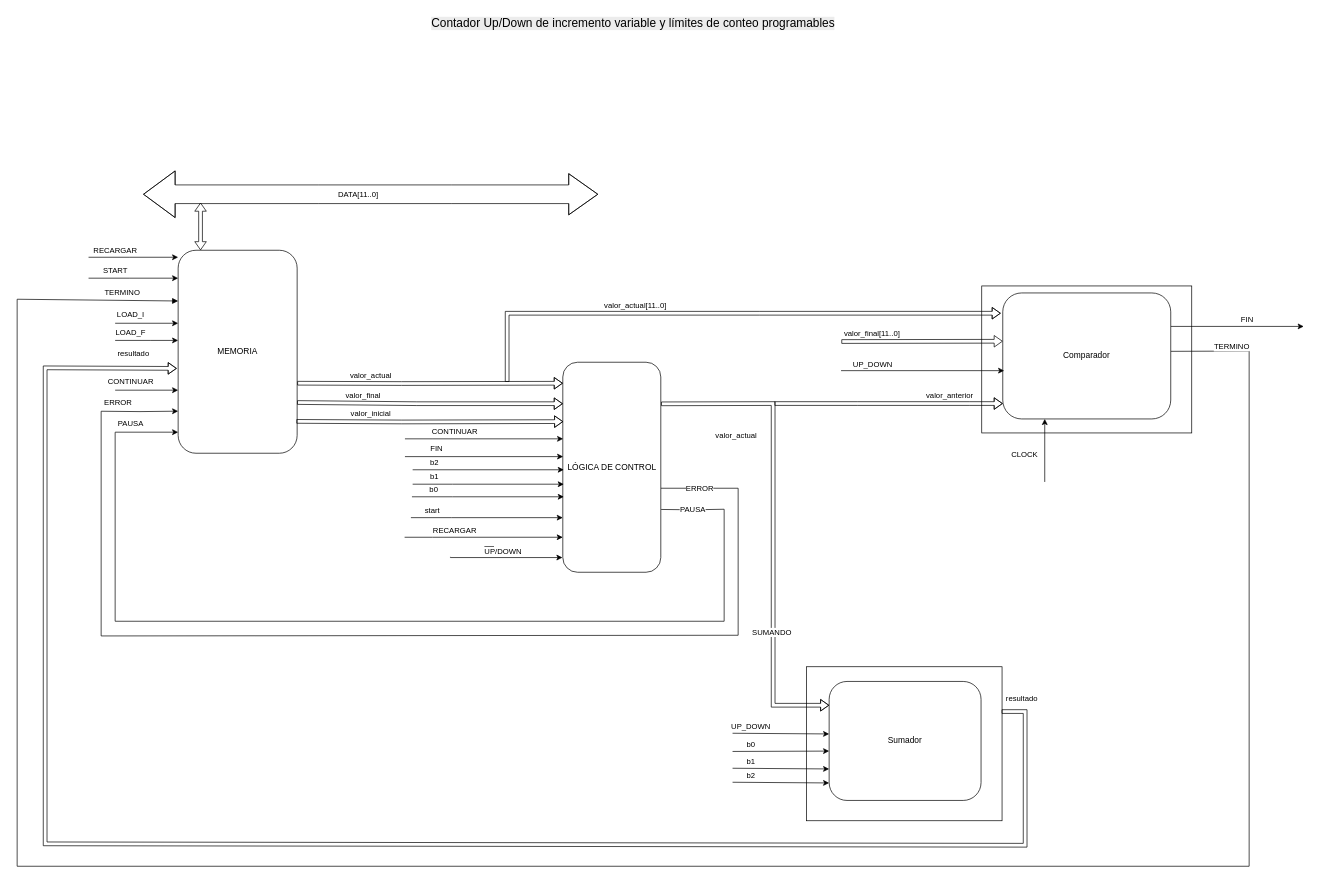
Before: page "Contador Up/Down" (2 of 6) of Integrador/Integrador.drawio in albertinap/IDL, a draw.io diagram. Source tidied: cells renumbered, new cells numbered last; positions are measured from the earlier drawing's top-left corner, leaving out a move shared by most shapes. Both pictures are drawn from the tidied source at 70%, with x=0, y=0 at pixel (17, 12).
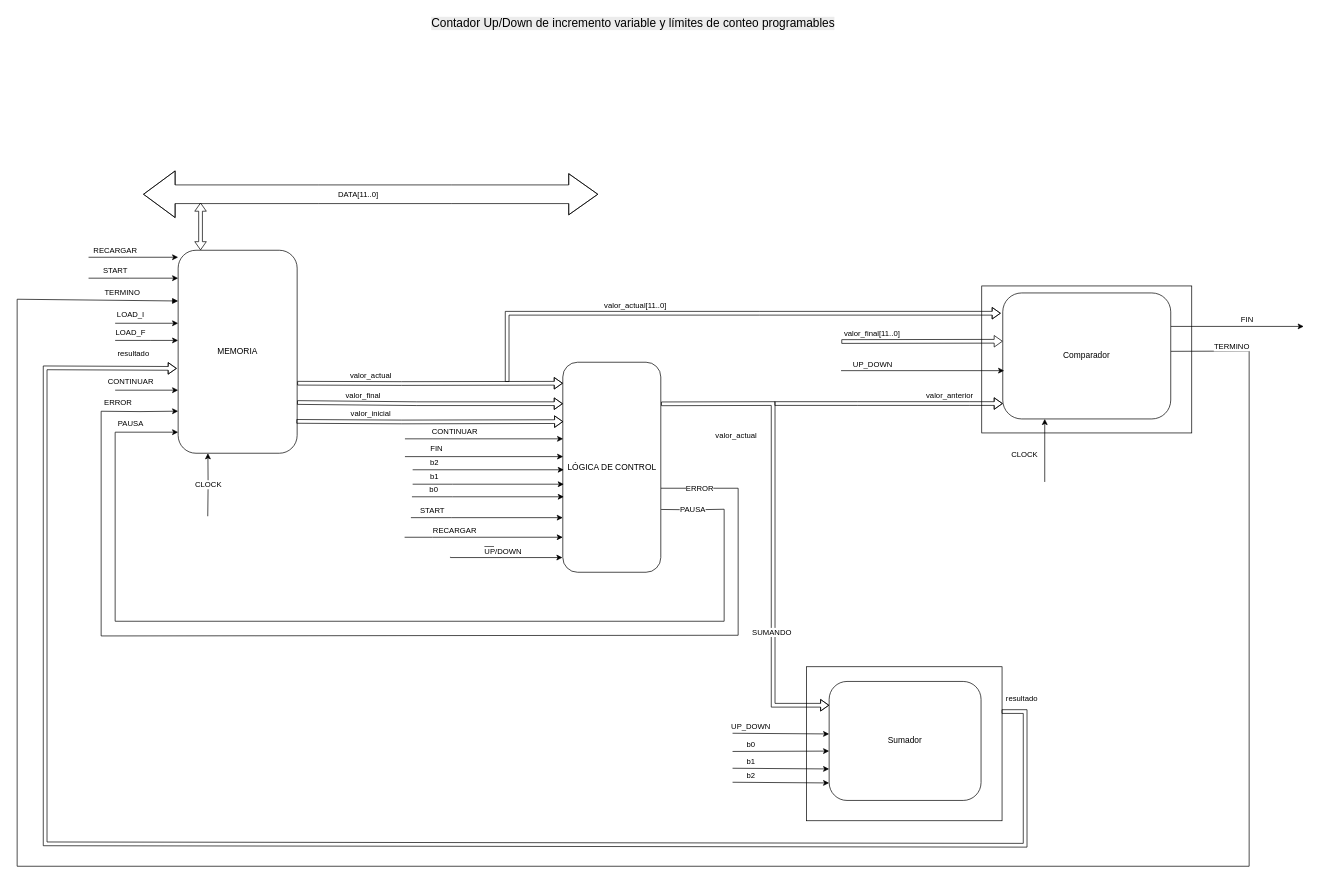
The same page after the edit.

Unchanged cells that the change refers to:
```xml
<mxCell id="5" value="MEMORIA" style="rounded=1;whiteSpace=wrap;html=1;" parent="1" vertex="1">
  <mxGeometry x="230" y="340" width="170" height="290" as="geometry" />
</mxCell>
<mxCell id="38" style="edgeStyle=orthogonalEdgeStyle;rounded=0;orthogonalLoop=1;jettySize=auto;html=1;" parent="1" edge="1">
  <mxGeometry relative="1" as="geometry">
    <mxPoint x="562.5" y="722" as="sourcePoint" />
    <mxPoint x="779.5" y="722" as="targetPoint" />
    <Array as="points">
      <mxPoint x="620.5" y="722.4" />
      <mxPoint x="620.5" y="722.4" />
    </Array>
  </mxGeometry>
</mxCell>
```

What changed in the source:
```diff
@@
+    <mxCell id="77" value="CLOCK" style="edgeStyle=orthogonalEdgeStyle;rounded=0;jettySize=auto;html=1;exitX=0.25;exitY=1;exitDx=0;exitDy=0;entryX=0.25;entryY=1;entryDx=0;entryDy=0;" parent="1" edge="1" target="5">
+      <mxGeometry relative="1" as="geometry">
+        <mxPoint x="272.3" y="720" as="sourcePoint" />
+      </mxGeometry>
+    </mxCell>
@@
-    <mxCell id="39" value="start" style="edgeLabel;html=1;align=center;verticalAlign=middle;" parent="38" vertex="1">
+    <mxCell id="39" value="START" style="edgeLabel;html=1;align=center;verticalAlign=middle;" parent="38" vertex="1">
       <mxGeometry x="-0.72" y="2" relative="1" as="geometry">
         <mxPoint y="-9" as="offset" />
       </mxGeometry>
     </mxCell>
```
